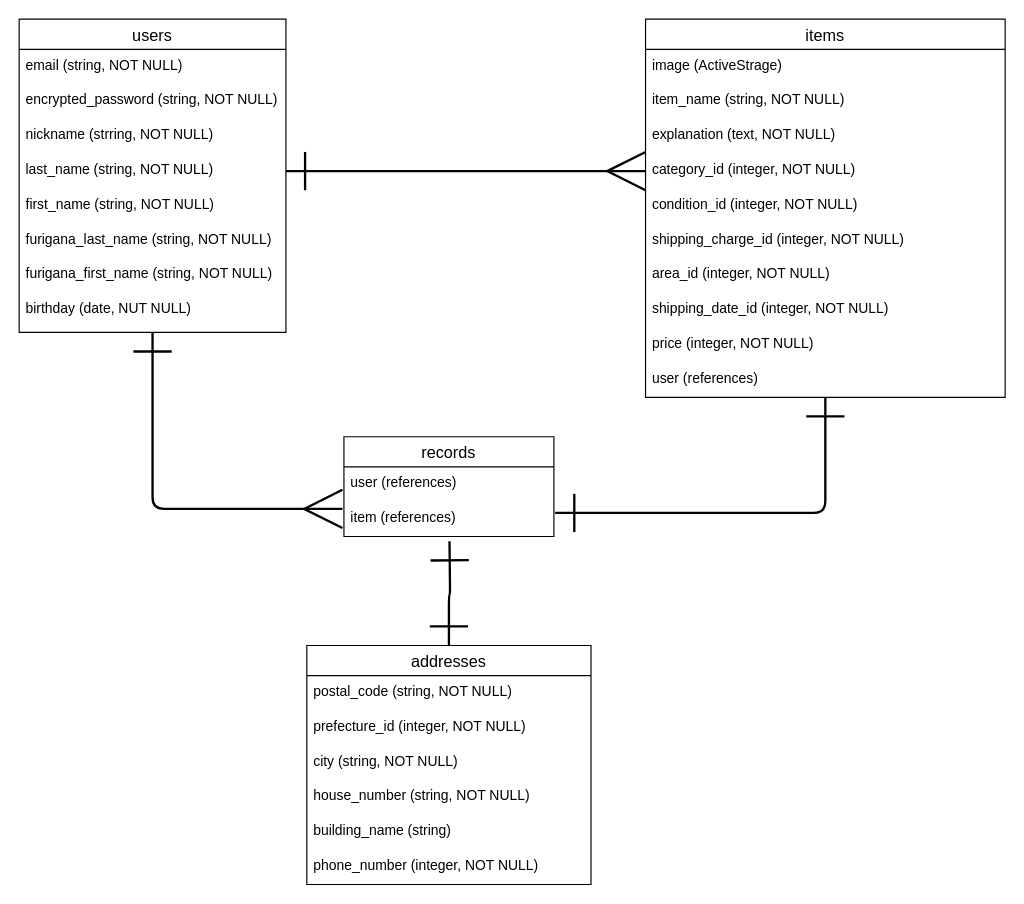
Before: ER.dio in Mizuki-hhh/furima-33010, a draw.io diagram. Source tidied: cells renumbered, new cells numbered last; positions are measured from the earlier drawing's top-left corner, leaving out a move shared by most shapes. Both pictures are drawn from the tidied source at 116%, with x=0, y=0 at pixel (19, 19).
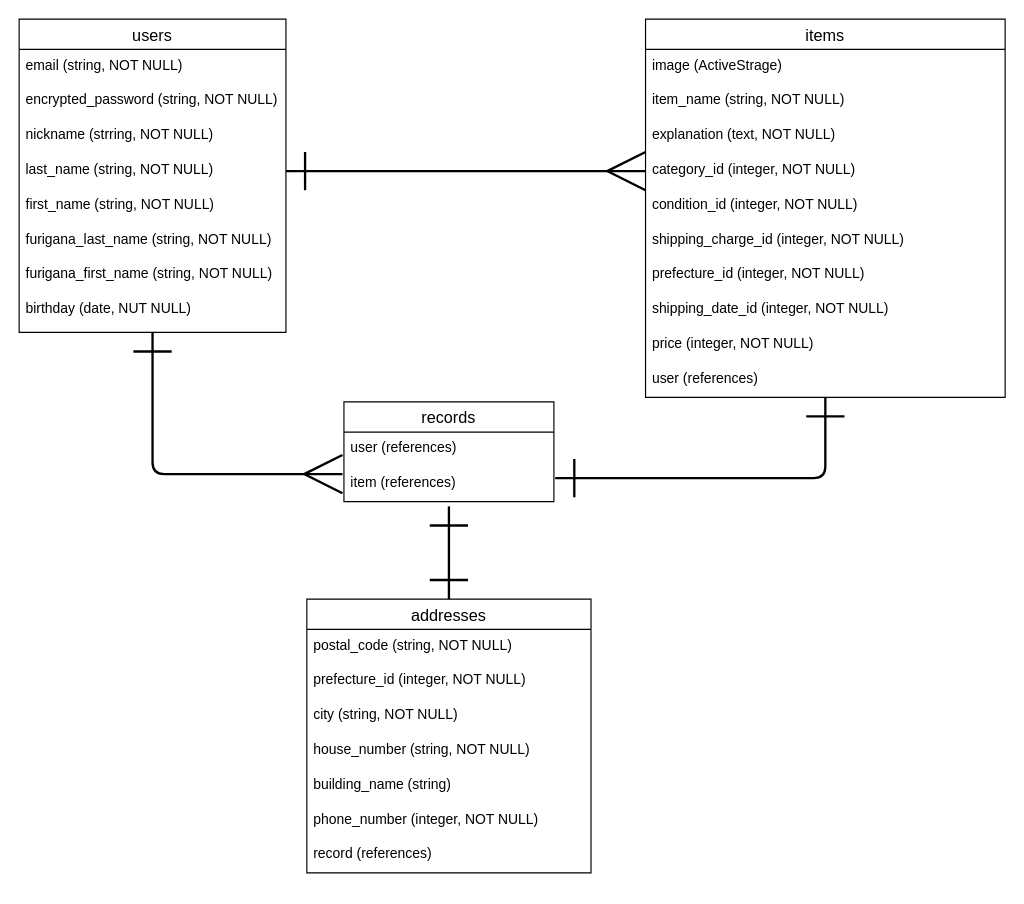
The same diagram, later.

Commit message (it also covers changes not shown here):
ER図とREADMEの修正2

Unchanged cells that the change refers to:
```xml
<mxCell id="13" value="items" style="swimlane;fontStyle=0;horizontal=1;startSize=26;align=center;fontSize=14;fillColor=none;" parent="1" vertex="1">
  <mxGeometry x="540" width="310" height="326" as="geometry" />
</mxCell>
```

The edit, as a diff of the source:
```diff
@@
-    <mxCell id="20" value="area_id (integer, NOT NULL)" style="text;strokeColor=none;fillColor=none;spacingLeft=4;spacingRight=4;overflow=hidden;fontSize=12;" parent="13" vertex="1">
+    <mxCell id="20" value="prefecture_id (integer, NOT NULL)" style="text;strokeColor=none;fillColor=none;spacingLeft=4;spacingRight=4;overflow=hidden;fontSize=12;" parent="13" vertex="1">
       <mxGeometry y="206" width="310" height="30" as="geometry" />
     </mxCell>
@@
     <mxCell id="24" value="records" style="swimlane;fontStyle=0;horizontal=1;startSize=26;align=center;fontSize=14;fillColor=none;" parent="1" vertex="1">
-      <mxGeometry x="280" y="360" width="181" height="86" as="geometry" />
+      <mxGeometry x="280" y="330" width="181" height="86" as="geometry" />
     </mxCell>
@@
-    <mxCell id="27" style="edgeStyle=orthogonalEdgeStyle;curved=0;rounded=1;sketch=0;jettySize=auto;html=1;startArrow=ERone;startFill=0;startSize=30;endArrow=ERone;endFill=0;endSize=30;strokeWidth=2;fontSize=12;" parent="1" edge="1" source="28">
-      <mxGeometry relative="1" as="geometry">
-        <mxPoint x="371" y="450" as="targetPoint" />
-      </mxGeometry>
-    </mxCell>
+    <mxCell id="36" style="edgeStyle=orthogonalEdgeStyle;curved=0;rounded=1;sketch=0;jettySize=auto;html=1;startArrow=ERone;startFill=0;startSize=30;endArrow=ERone;endFill=0;endSize=30;strokeWidth=2;fontSize=12;" parent="1" edge="1" source="28">
+      <mxGeometry relative="1" as="geometry">
+        <mxPoint x="370.5" y="420" as="targetPoint" />
+      </mxGeometry>
+    </mxCell>
     <mxCell id="28" value="addresses" style="swimlane;fontStyle=0;horizontal=1;startSize=26;align=center;fontSize=14;fillColor=none;" parent="1" vertex="1">
-      <mxGeometry x="248" y="540" width="245" height="206" as="geometry" />
+      <mxGeometry x="248" y="500" width="245" height="236" as="geometry" />
     </mxCell>
@@
+    <mxCell id="37" value="phone_number (integer, NOT NULL)" style="text;strokeColor=none;fillColor=none;spacingLeft=4;spacingRight=4;overflow=hidden;fontSize=12;" parent="28" vertex="1">
+      <mxGeometry y="176" width="245" height="30" as="geometry" />
+    </mxCell>
-    <mxCell id="34" value="phone_number (integer, NOT NULL)" style="text;strokeColor=none;fillColor=none;spacingLeft=4;spacingRight=4;overflow=hidden;fontSize=12;" parent="28" vertex="1">
-      <mxGeometry y="176" width="245" height="30" as="geometry" />
+    <mxCell id="34" value="record (references)" style="text;strokeColor=none;fillColor=none;spacingLeft=4;spacingRight=4;overflow=hidden;fontSize=12;" parent="28" vertex="1">
+      <mxGeometry y="206" width="245" height="30" as="geometry" />
     </mxCell>
```
